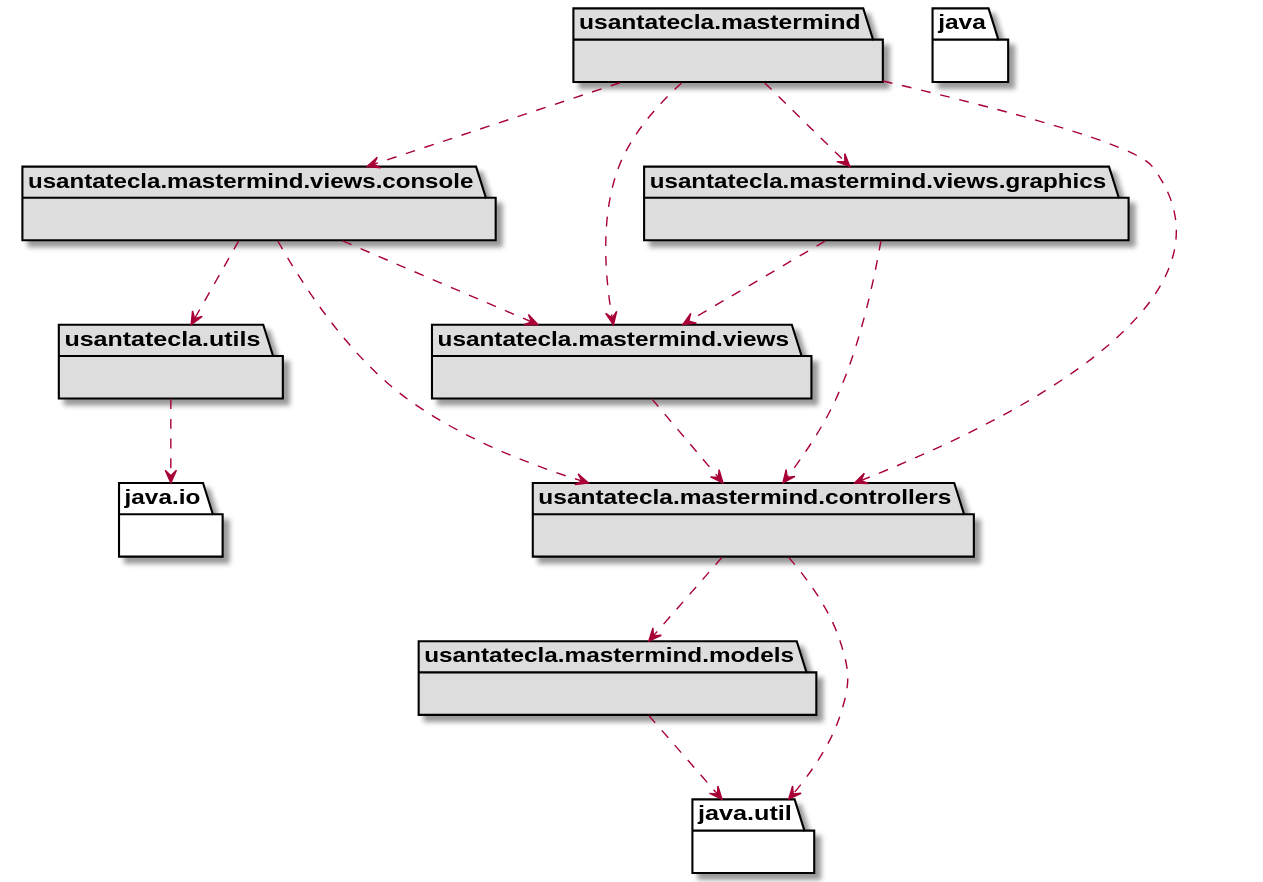
Earlier version of the PlantUML export modelViewPresenter/presentationModel/withoutDoubleDispatching/docs/diagrams/out/arquitectura/arquitectura.svg (SantaTecla-mastermind/solution.java.swing.socket.sql). Source of this version:
```plantuml
@startuml
package usantatecla.mastermind #DDDDDD { }

package usantatecla.mastermind.controllers #DDDDDD { }
usantatecla.mastermind.controllers .down.> usantatecla.mastermind.models
usantatecla.mastermind  .down.> usantatecla.mastermind.views
usantatecla.mastermind  .down.> usantatecla.mastermind.views.console
usantatecla.mastermind  .down.> usantatecla.mastermind.views.graphics
usantatecla.mastermind  .down.> usantatecla.mastermind.controllers
usantatecla.mastermind.controllers .down.> java.util
package usantatecla.mastermind.models #DDDDDD { }
package java.util{ }
usantatecla.mastermind.models .down.> java.util

package usantatecla.utils #DDDDDD { }
package java.io{ }
usantatecla.utils .down.> java.io

package usantatecla.mastermind.views #DDDDDD { }
usantatecla.mastermind.views .down.> usantatecla.mastermind.controllers

package usantatecla.mastermind.views.console #DDDDDD { }
usantatecla.mastermind.views.console .down.> usantatecla.mastermind.controllers
usantatecla.mastermind.views.console .down.> usantatecla.mastermind.views
usantatecla.mastermind.views.console .down.> usantatecla.utils

package usantatecla.mastermind.views.graphics #DDDDDD { }

usantatecla.mastermind.views.graphics .down.> usantatecla.mastermind.controllers

usantatecla.mastermind.views.graphics .down.> usantatecla.mastermind.views
@enduml
```
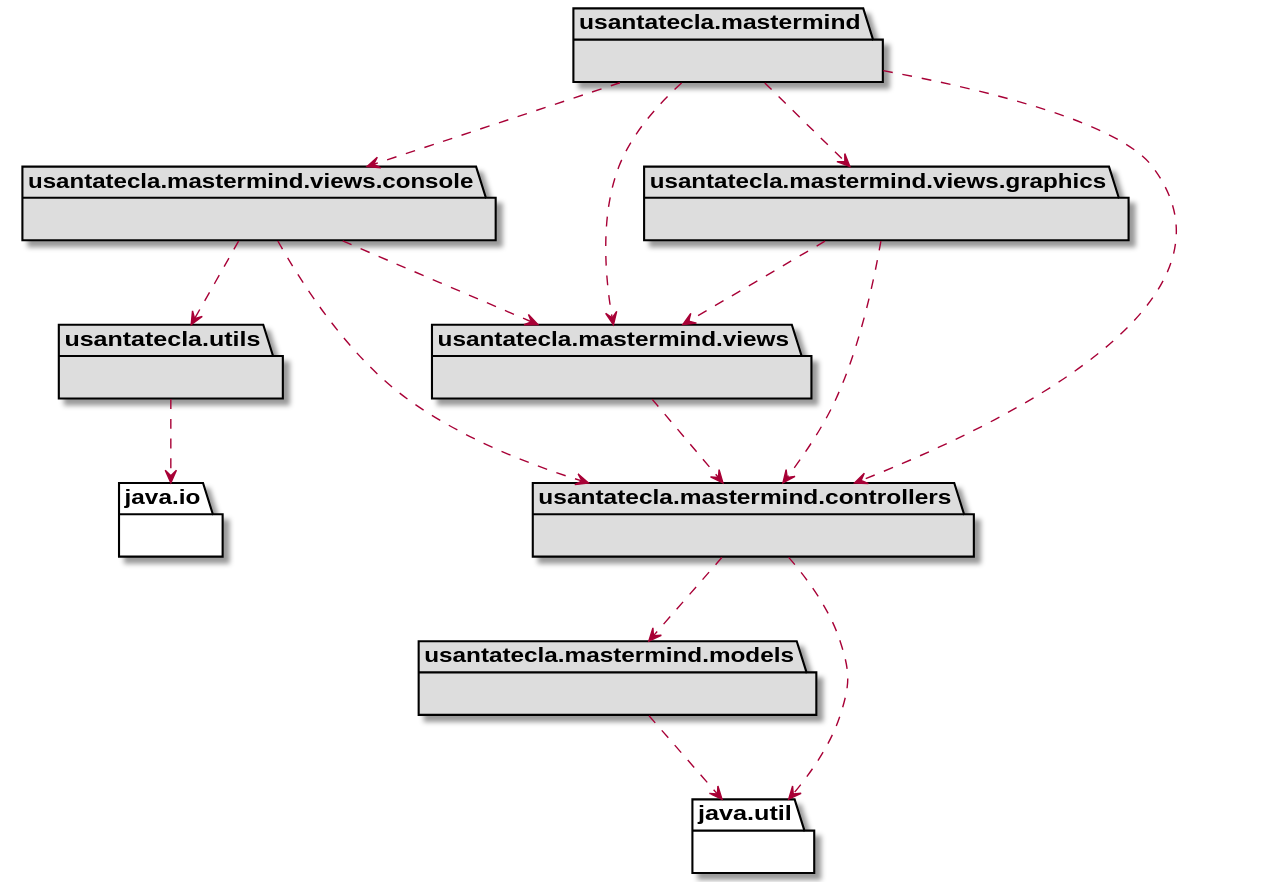
After the commit.

What changed in the source:
```diff
@@ -7,7 +7,7 @@
 usantatecla.mastermind  .down.> usantatecla.mastermind.views.console
 usantatecla.mastermind  .down.> usantatecla.mastermind.views.graphics
 usantatecla.mastermind  .down.> usantatecla.mastermind.controllers
-usantatecla.mastermind.controllers .down.> java.util
+
 package usantatecla.mastermind.models #DDDDDD { }
 package java.util{ }
 usantatecla.mastermind.models .down.> java.util
@@ -29,4 +29,5 @@
 usantatecla.mastermind.views.graphics .down.> usantatecla.mastermind.controllers
 
 usantatecla.mastermind.views.graphics .down.> usantatecla.mastermind.views
+usantatecla.mastermind.controllers .down.> java.util
 @enduml
```
